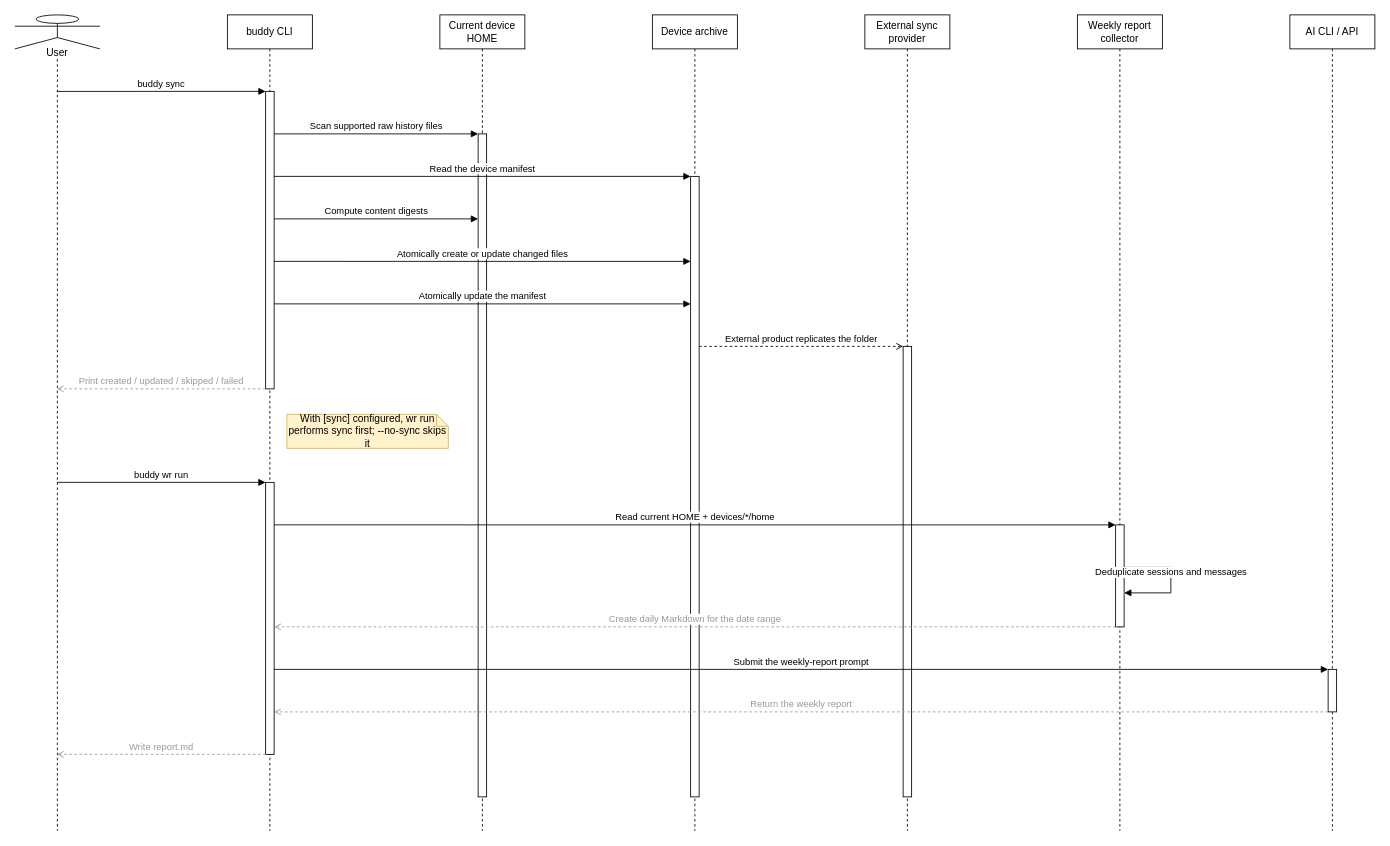
Earlier version of the draw.io diagram docs/buddy-sync-sequence.drawio (Zhaoyilunnn/guarded-buddy). Source tidied: cells renumbered, new cells numbered last; positions are measured from the earlier drawing's top-left corner, leaving out a move shared by most shapes. Both pictures are drawn from the tidied source at 85%, with x=0, y=0 at pixel (14, 14).
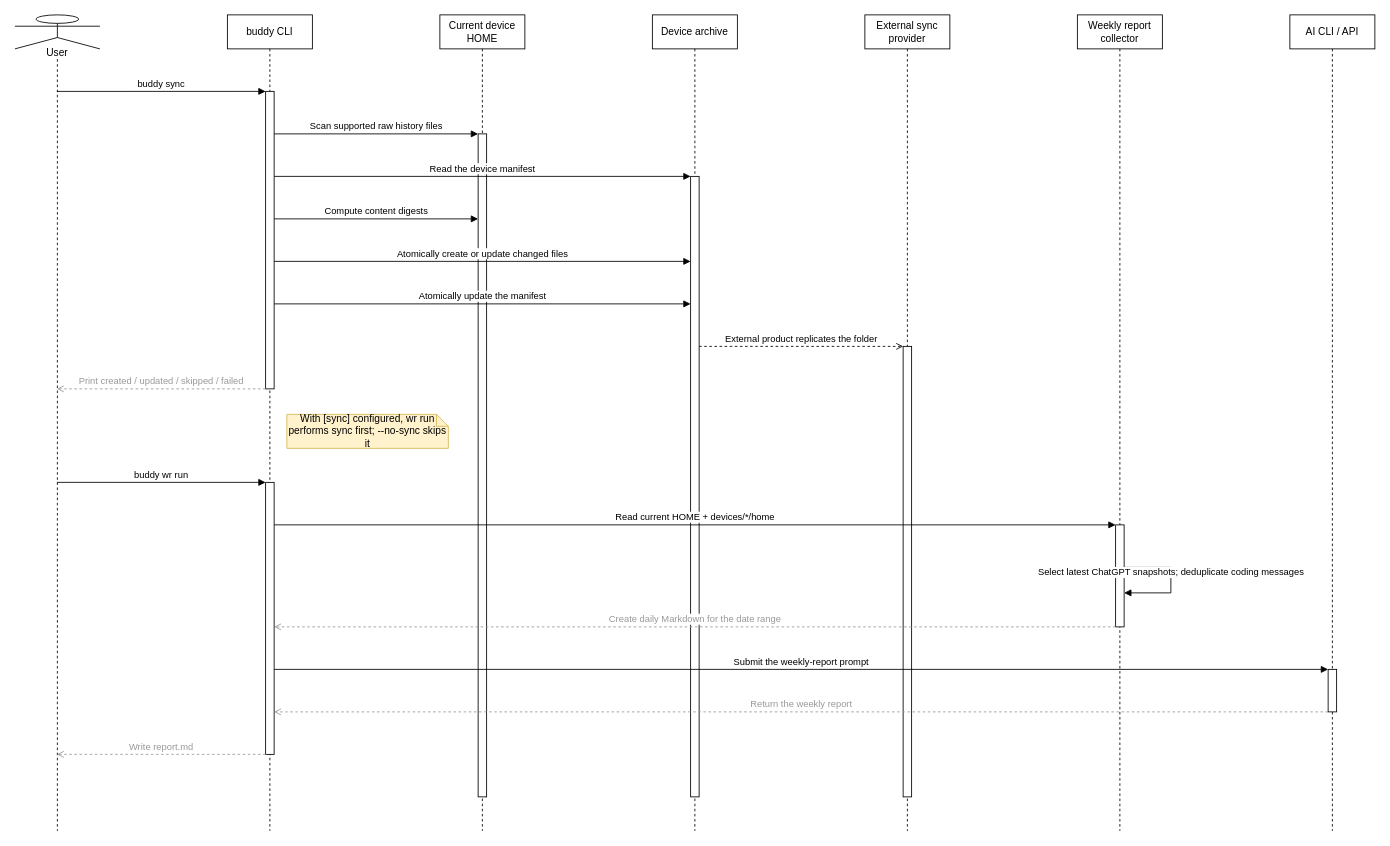
The same page after the edit.

The change refers to these unchanged cells:
```xml
<mxCell id="10" style="html=1;points=[];perimeter=orthogonalPerimeter;outlineConnect=0;fillColor=#ffffff;" parent="7" vertex="1">
  <mxGeometry x="45" y="600" width="10" height="120" as="geometry" />
</mxCell>
```

The edit, as a diff of the source:
```diff
@@
-    <mxCell id="27" value="Deduplicate sessions and messages" style="html=1;verticalAlign=bottom;endArrow=block;curved=0;rounded=0;exitX=1;exitY=0.4167;entryX=1;entryY=0.6667;" parent="1" edge="1" source="10" target="10">
+    <mxCell id="27" value="Select latest ChatGPT snapshots; deduplicate coding messages" style="html=1;verticalAlign=bottom;endArrow=block;curved=0;rounded=0;exitX=1;exitY=0.4167;entryX=1;entryY=0.6667;" parent="1" edge="1" source="10" target="10">
       <mxGeometry relative="1" as="geometry">
         <Array as="points">
           <mxPoint x="1360" y="650" />
           <mxPoint x="1360" y="680" />
         </Array>
       </mxGeometry>
     </mxCell>
```
